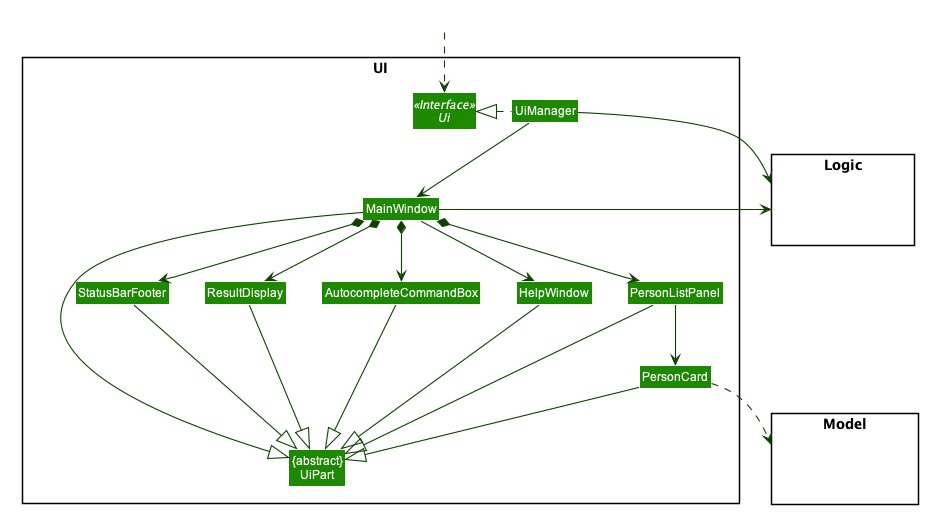
This is docs/images/UiClassDiagram.png from nus-cs2103-AY2021S1/tp, a PlantUML export, as it was before one commit.
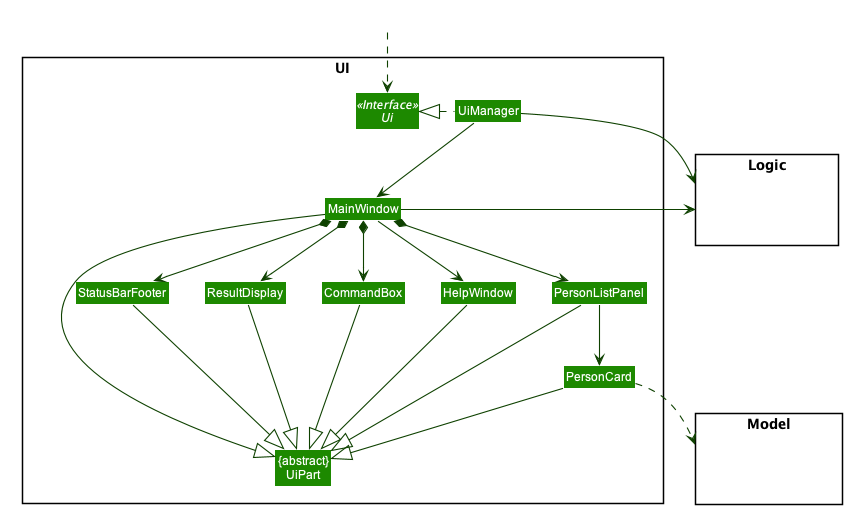
The same file after the commit.

Change to the diagram source:
```diff
@@ -61,7 +61,7 @@
 Class PersonListPanel
 Class PersonCard
 Class StatusBarFooter
-Class "AutocompleteCommandBox" as CommandBox
+Class CommandBox
 }
 
 package Model <<Rectangle>> {
```
